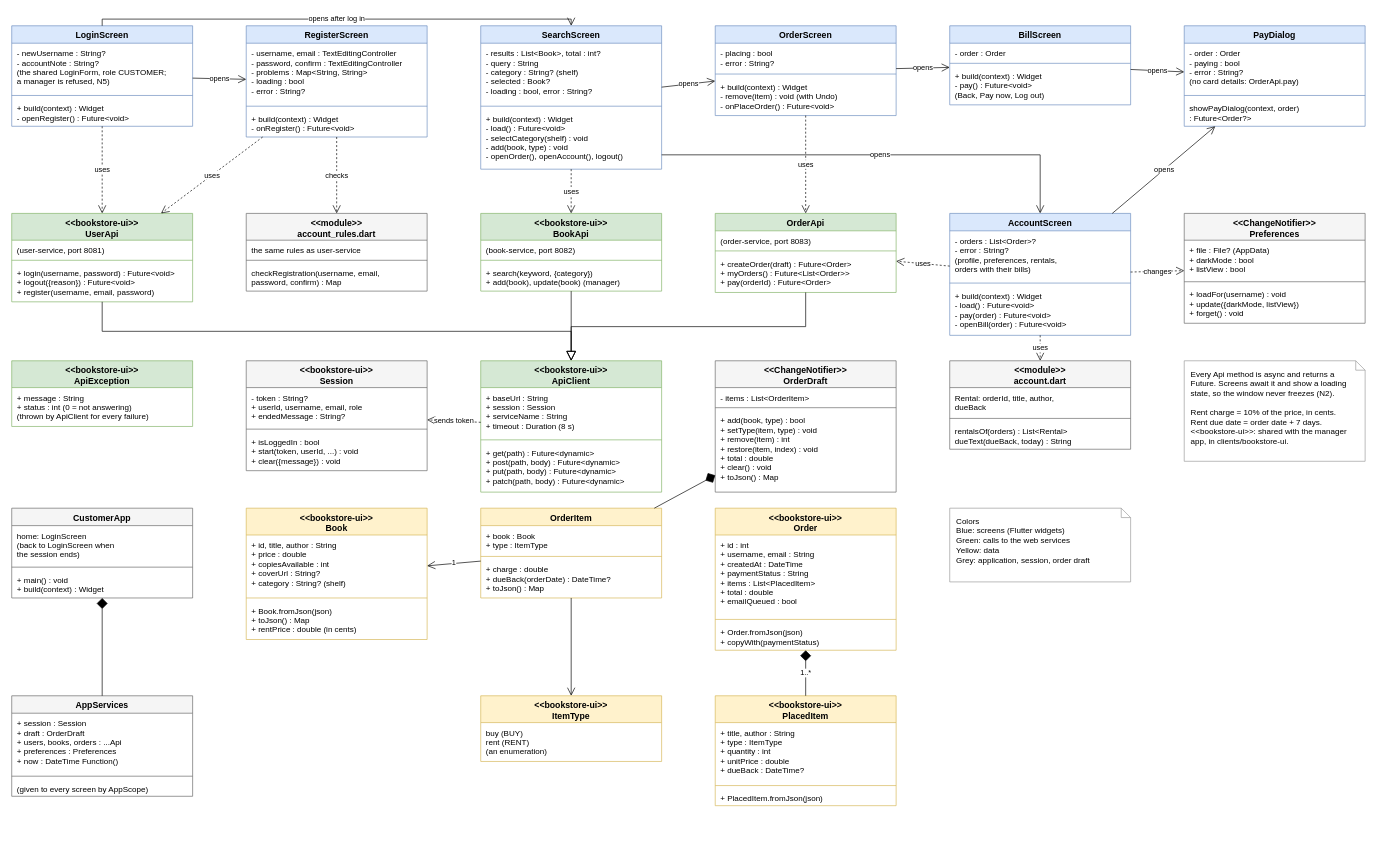
The draw.io diagram docs/02-design/diagrams/class-customer-app.drawio in KFUPMer/csce310-bookstore, before the edit. Source tidied: cells renumbered, new cells numbered last; positions are measured from the earlier drawing's top-left corner, leaving out a move shared by most shapes. Both pictures are drawn from the tidied source at 67%, with x=0, y=0 at pixel (11, 25).
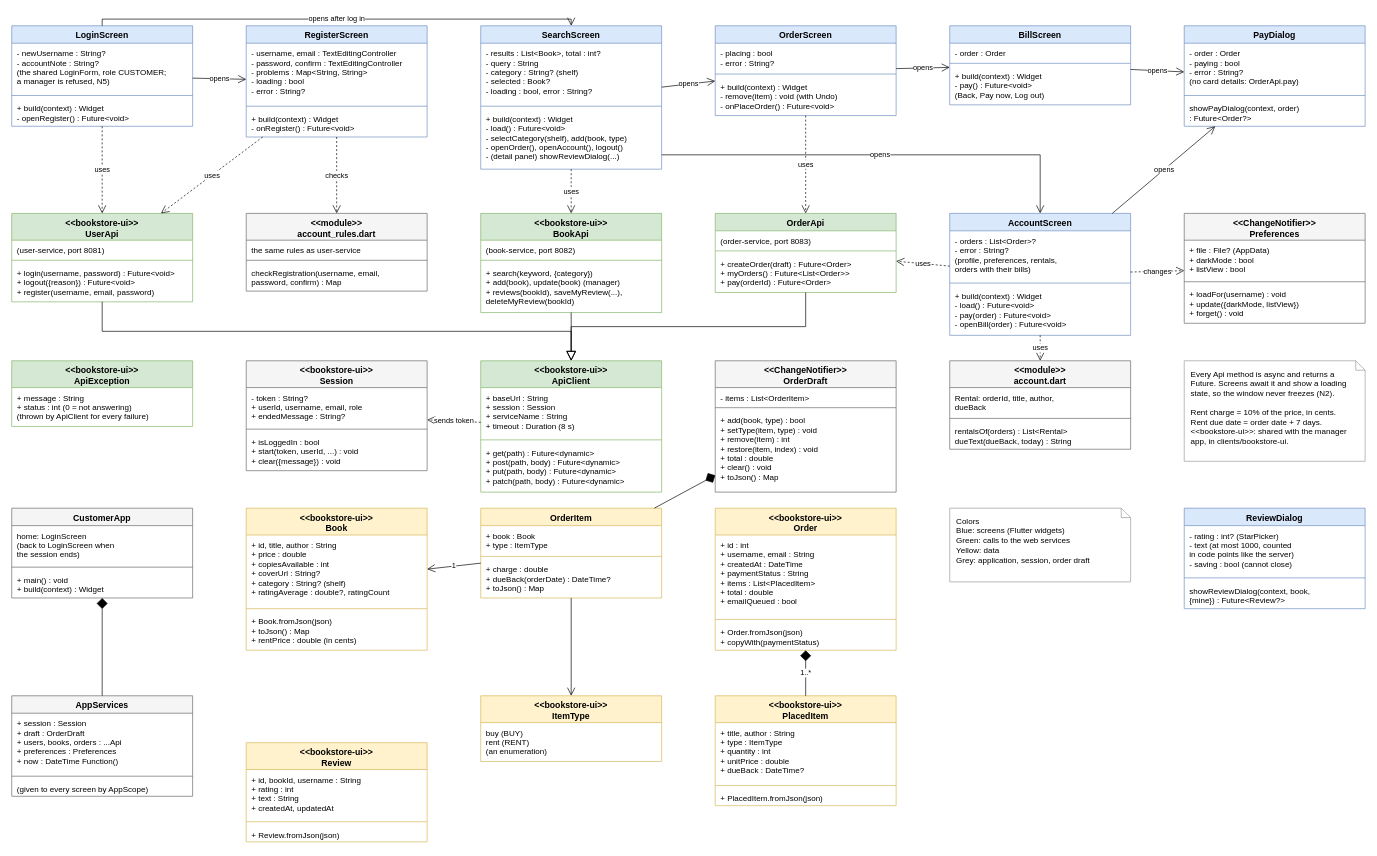
Above is the later version.

The change refers to these unchanged cells:
```xml
<mxCell id="10" value="SearchScreen" style="swimlane;fontStyle=1;align=center;verticalAlign=top;horizontal=1;startSize=26;fillColor=#dae8fc;strokeColor=#6c8ebf;fontSize=13;" parent="1" vertex="1">
  <mxGeometry x="700" width="270" height="214" as="geometry" />
</mxCell>
```

Diff of the diagram source:
```diff
@@
-    <mxCell id="13" value="+ build(context) : Widget&#10;- load() : Future&lt;void&gt;&#10;- selectCategory(shelf) : void&#10;- add(book, type) : void&#10;- openOrder(), openAccount(), logout()" style="text;strokeColor=none;fillColor=none;align=left;verticalAlign=top;spacingLeft=6;spacingRight=4;spacingTop=2;overflow=hidden;fontSize=12;" parent="10" vertex="1">
+    <mxCell id="13" value="+ build(context) : Widget&#10;- load() : Future&lt;void&gt;&#10;- selectCategory(shelf), add(book, type)&#10;- openOrder(), openAccount(), logout()&#10;- (detail panel) showReviewDialog(...)" style="text;strokeColor=none;fillColor=none;align=left;verticalAlign=top;spacingLeft=6;spacingRight=4;spacingTop=2;overflow=hidden;fontSize=12;" parent="10" vertex="1">
       <mxGeometry y="124" width="270" height="90" as="geometry" />
     </mxCell>
@@
     <mxCell id="46" value="&lt;&lt;bookstore-ui&gt;&gt;&#10;BookApi" style="swimlane;fontStyle=1;align=center;verticalAlign=top;horizontal=1;startSize=40;fillColor=#d5e8d4;strokeColor=#82b366;fontSize=13;" parent="1" vertex="1">
-      <mxGeometry x="700" y="280" width="270" height="116" as="geometry" />
+      <mxGeometry x="700" y="280" width="270" height="148" as="geometry" />
     </mxCell>
@@
-    <mxCell id="49" value="+ search(keyword, {category})&#10;+ add(book), update(book)  (manager)" style="text;strokeColor=none;fillColor=none;align=left;verticalAlign=top;spacingLeft=6;spacingRight=4;spacingTop=2;overflow=hidden;fontSize=12;" parent="46" vertex="1">
-      <mxGeometry y="74" width="270" height="42" as="geometry" />
+    <mxCell id="49" value="+ search(keyword, {category})&#10;+ add(book), update(book)  (manager)&#10;+ reviews(bookId), saveMyReview(...),&#10;    deleteMyReview(bookId)" style="text;strokeColor=none;fillColor=none;align=left;verticalAlign=top;spacingLeft=6;spacingRight=4;spacingTop=2;overflow=hidden;fontSize=12;" parent="46" vertex="1">
+      <mxGeometry y="74" width="270" height="74" as="geometry" />
     </mxCell>
@@
     <mxCell id="72" value="&lt;&lt;bookstore-ui&gt;&gt;&#10;Book" style="swimlane;fontStyle=1;align=center;verticalAlign=top;horizontal=1;startSize=40;fillColor=#fff2cc;strokeColor=#d6b656;fontSize=13;" parent="1" vertex="1">
-      <mxGeometry x="350" y="720" width="270" height="196" as="geometry" />
+      <mxGeometry x="350" y="720" width="270" height="212" as="geometry" />
     </mxCell>
-    <mxCell id="73" value="+ id, title, author : String&#10;+ price : double&#10;+ copiesAvailable : int&#10;+ coverUrl : String?&#10;+ category : String?  (shelf)" style="text;strokeColor=none;fillColor=none;align=left;verticalAlign=top;spacingLeft=6;spacingRight=4;spacingTop=2;overflow=hidden;fontSize=12;" parent="72" vertex="1">
-      <mxGeometry y="40" width="270" height="90" as="geometry" />
+    <mxCell id="73" value="+ id, title, author : String&#10;+ price : double&#10;+ copiesAvailable : int&#10;+ coverUrl : String?&#10;+ category : String?  (shelf)&#10;+ ratingAverage : double?, ratingCount" style="text;strokeColor=none;fillColor=none;align=left;verticalAlign=top;spacingLeft=6;spacingRight=4;spacingTop=2;overflow=hidden;fontSize=12;" parent="72" vertex="1">
+      <mxGeometry y="40" width="270" height="106" as="geometry" />
     </mxCell>
     <mxCell id="74" style="line;strokeWidth=1;fillColor=none;align=left;verticalAlign=middle;spacingTop=-1;spacingLeft=3;spacingRight=3;labelPosition=right;strokeColor=inherit;" parent="72" vertex="1">
-      <mxGeometry y="130" width="270" height="8" as="geometry" />
+      <mxGeometry y="146" width="270" height="8" as="geometry" />
     </mxCell>
     <mxCell id="75" value="+ Book.fromJson(json)&#10;+ toJson() : Map&#10;+ rentPrice : double  (in cents)" style="text;strokeColor=none;fillColor=none;align=left;verticalAlign=top;spacingLeft=6;spacingRight=4;spacingTop=2;overflow=hidden;fontSize=12;" parent="72" vertex="1">
-      <mxGeometry y="138" width="270" height="58" as="geometry" />
+      <mxGeometry y="154" width="270" height="58" as="geometry" />
     </mxCell>
@@
+    <mxCell id="120" value="ReviewDialog" style="swimlane;fontStyle=1;align=center;verticalAlign=top;horizontal=1;startSize=26;fillColor=#dae8fc;strokeColor=#6c8ebf;fontSize=13;" parent="1" vertex="1">
+      <mxGeometry x="1750" y="720" width="270" height="150" as="geometry" />
+    </mxCell>
+    <mxCell id="121" value="- rating : int?  (StarPicker)&#10;- text  (at most 1000, counted&#10;    in code points like the server)&#10;- saving : bool  (cannot close)" style="text;strokeColor=none;fillColor=none;align=left;verticalAlign=top;spacingLeft=6;spacingRight=4;spacingTop=2;overflow=hidden;fontSize=12;" parent="120" vertex="1">
+      <mxGeometry y="26" width="270" height="74" as="geometry" />
+    </mxCell>
+    <mxCell id="122" style="line;strokeWidth=1;fillColor=none;align=left;verticalAlign=middle;spacingTop=-1;spacingLeft=3;spacingRight=3;labelPosition=right;strokeColor=inherit;" parent="120" vertex="1">
+      <mxGeometry y="100" width="270" height="8" as="geometry" />
+    </mxCell>
+    <mxCell id="123" value="showReviewDialog(context, book,&#10;    {mine}) : Future&lt;Review?&gt;" style="text;strokeColor=none;fillColor=none;align=left;verticalAlign=top;spacingLeft=6;spacingRight=4;spacingTop=2;overflow=hidden;fontSize=12;" parent="120" vertex="1">
+      <mxGeometry y="108" width="270" height="42" as="geometry" />
+    </mxCell>
+    <mxCell id="124" value="&lt;&lt;bookstore-ui&gt;&gt;&#10;Review" style="swimlane;fontStyle=1;align=center;verticalAlign=top;horizontal=1;startSize=40;fillColor=#fff2cc;strokeColor=#d6b656;fontSize=13;" parent="1" vertex="1">
+      <mxGeometry x="350" y="1070" width="270" height="148" as="geometry" />
+    </mxCell>
+    <mxCell id="125" value="+ id, bookId, username : String&#10;+ rating : int&#10;+ text : String&#10;+ createdAt, updatedAt" style="text;strokeColor=none;fillColor=none;align=left;verticalAlign=top;spacingLeft=6;spacingRight=4;spacingTop=2;overflow=hidden;fontSize=12;" parent="124" vertex="1">
+      <mxGeometry y="40" width="270" height="74" as="geometry" />
+    </mxCell>
+    <mxCell id="126" style="line;strokeWidth=1;fillColor=none;align=left;verticalAlign=middle;spacingTop=-1;spacingLeft=3;spacingRight=3;labelPosition=right;strokeColor=inherit;" parent="124" vertex="1">
+      <mxGeometry y="114" width="270" height="8" as="geometry" />
+    </mxCell>
+    <mxCell id="127" value="+ Review.fromJson(json)" style="text;strokeColor=none;fillColor=none;align=left;verticalAlign=top;spacingLeft=6;spacingRight=4;spacingTop=2;overflow=hidden;fontSize=12;" parent="124" vertex="1">
+      <mxGeometry y="122" width="270" height="26" as="geometry" />
+    </mxCell>
```
